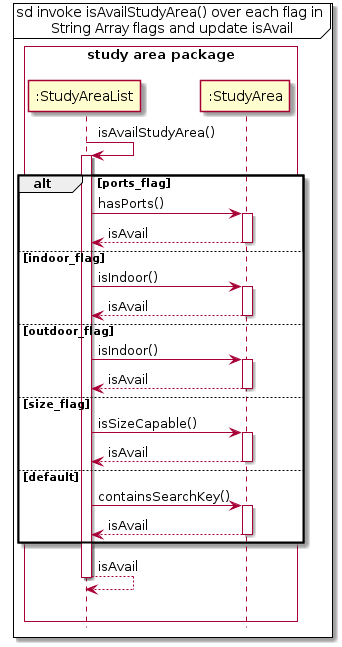
terrytay/tp keeps this PlantUML diagram as docs/images/isAvailStudyArea.png. Above is the earlier version.
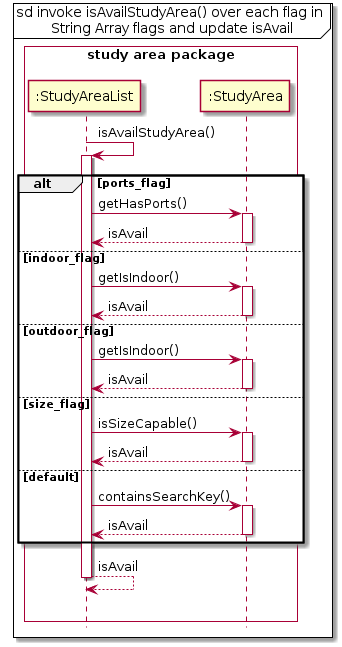
After the change.

Change to the diagram source:
```diff
@@ -7,17 +7,17 @@
     StudyAreaList -> StudyAreaList: isAvailStudyArea()
     activate StudyAreaList
       alt ports_flag
-        StudyAreaList -> StudyArea : hasPorts()
+        StudyAreaList -> StudyArea : getHasPorts()
         activate StudyArea
         StudyArea --> StudyAreaList : isAvail
         deactivate StudyArea
       else indoor_flag
-        StudyAreaList -> StudyArea : isIndoor()
+        StudyAreaList -> StudyArea : getIsIndoor()
         activate StudyArea
         StudyArea --> StudyAreaList : isAvail
        deactivate StudyArea
       else outdoor_flag
-        StudyAreaList -> StudyArea : isIndoor()
+        StudyAreaList -> StudyArea : getIsIndoor()
         activate StudyArea
         StudyArea --> StudyAreaList : isAvail
         deactivate StudyArea
```
